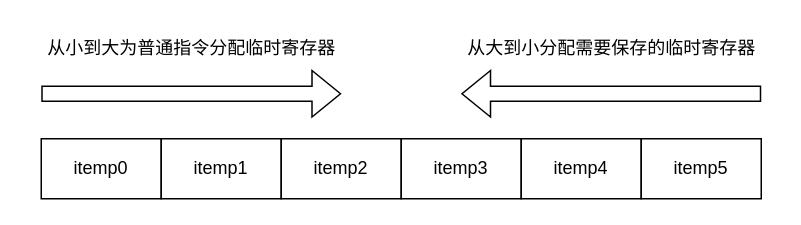
Above: page "第 16 页" (16 of 17) of lajit.drawio in ganjue66da/ganjue66da (draw.io), before the change. Source tidied: cells renumbered, new cells numbered last; positions are measured from the earlier drawing's top-left corner, leaving out a move shared by most shapes. Both pictures are drawn from the tidied source at 150%, with x=0, y=0 at pixel (26, 26).
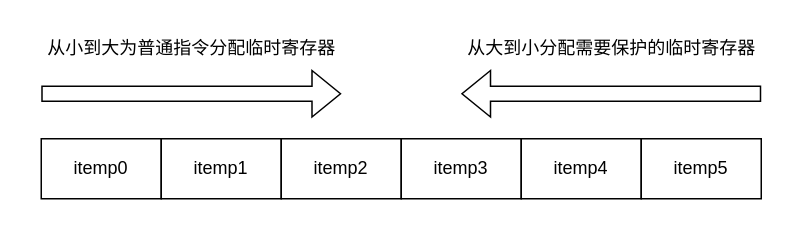
The same page after the edit.

The edit, as a diff of the source:
```diff
@@
 <mxGraphModel>
   <root>
     <mxCell id="0" />
     <mxCell id="1" parent="0" />
     <mxCell id="2" value="itemp0" style="rounded=0;whiteSpace=wrap;html=1;" parent="1" vertex="1">
       <mxGeometry x="10" y="75" width="80" height="40" as="geometry" />
     </mxCell>
     <mxCell id="3" value="itemp1" style="rounded=0;whiteSpace=wrap;html=1;" parent="1" vertex="1">
       <mxGeometry x="90" y="75" width="80" height="40" as="geometry" />
     </mxCell>
     <mxCell id="4" value="itemp2" style="rounded=0;whiteSpace=wrap;html=1;" parent="1" vertex="1">
       <mxGeometry x="170" y="75" width="80" height="40" as="geometry" />
     </mxCell>
     <mxCell id="5" value="itemp3" style="rounded=0;whiteSpace=wrap;html=1;" parent="1" vertex="1">
       <mxGeometry x="250" y="75" width="80" height="40" as="geometry" />
     </mxCell>
     <mxCell id="6" value="itemp4" style="rounded=0;whiteSpace=wrap;html=1;" parent="1" vertex="1">
       <mxGeometry x="330" y="75" width="80" height="40" as="geometry" />
     </mxCell>
     <mxCell id="7" value="itemp5" style="rounded=0;whiteSpace=wrap;html=1;" parent="1" vertex="1">
       <mxGeometry x="410" y="75" width="80" height="40" as="geometry" />
     </mxCell>
     <mxCell id="8" style="shape=flexArrow;endArrow=classic;html=1;rounded=0;" parent="1" edge="1">
       <mxGeometry relative="1" as="geometry">
         <mxPoint x="10" y="45" as="sourcePoint" />
         <mxPoint x="210" y="45" as="targetPoint" />
       </mxGeometry>
     </mxCell>
     <mxCell id="9" style="shape=flexArrow;endArrow=classic;html=1;rounded=0;" parent="1" edge="1">
       <mxGeometry relative="1" as="geometry">
         <mxPoint x="490" y="45" as="sourcePoint" />
         <mxPoint x="290" y="45" as="targetPoint" />
       </mxGeometry>
     </mxCell>
     <mxCell id="10" value="从小到大为普通指令分配临时寄存器" style="text;html=1;align=center;verticalAlign=middle;strokeColor=none;fillColor=none;" parent="1" vertex="1">
       <mxGeometry width="220" height="30" as="geometry" />
     </mxCell>
-    <mxCell id="11" value="从大到小分配需要保存的临时寄存器" style="text;html=1;align=center;verticalAlign=middle;strokeColor=none;fillColor=none;" parent="1" vertex="1">
+    <mxCell id="11" value="从大到小分配需要保护的临时寄存器" style="text;html=1;align=center;verticalAlign=middle;strokeColor=none;fillColor=none;" parent="1" vertex="1">
       <mxGeometry x="280" width="220" height="30" as="geometry" />
     </mxCell>
   </root>
 </mxGraphModel>
```
